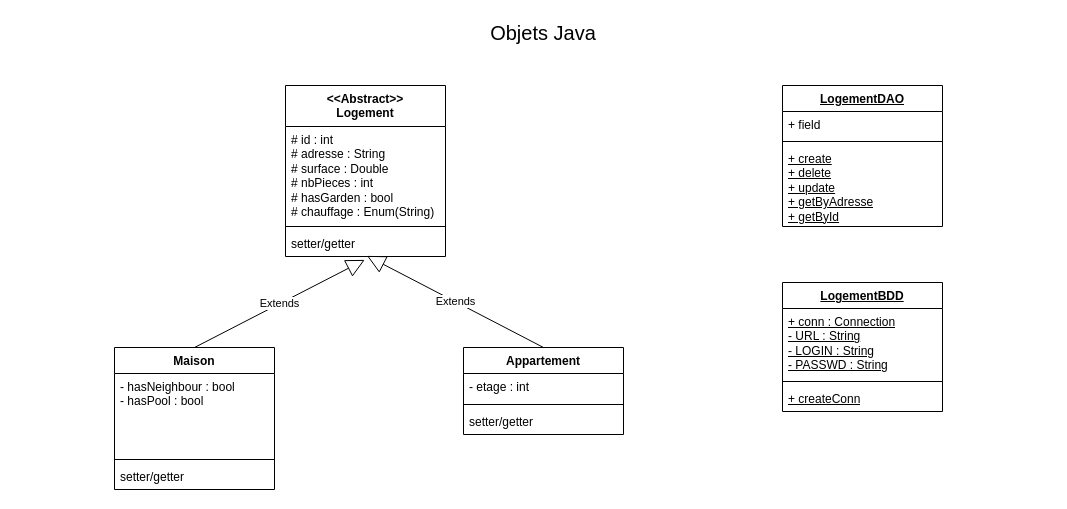
Before: page "Page-1" (1 of 2) of UML/Java_Projet.drawio in QuentinSanterne/Projet_Java_M2I, a draw.io diagram. Source tidied: cells renumbered, new cells numbered last; positions are measured from the earlier drawing's top-left corner, leaving out a move shared by most shapes. Both pictures are drawn from the tidied source at 100%, with x=0, y=0 at pixel (114, 17).
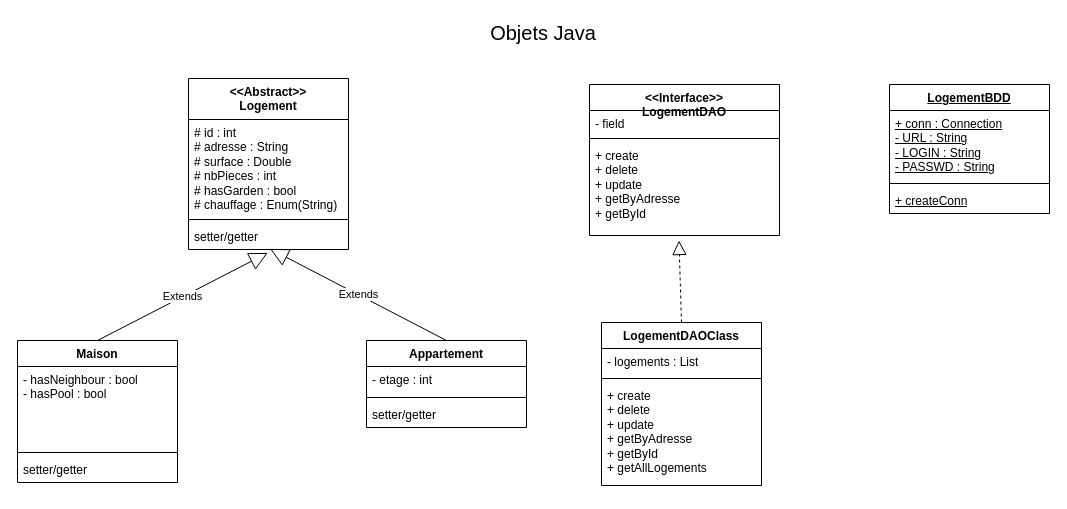
After the change.

Diff of the diagram source:
```diff
@@
     <mxCell id="2" value="&amp;lt;&amp;lt;Abstract&amp;gt;&amp;gt;&lt;br&gt;Logement" style="swimlane;fontStyle=1;align=center;verticalAlign=top;horizontal=1;startSize=41;whiteSpace=wrap;html=1;" parent="1" vertex="1">
-      <mxGeometry x="171" y="68" width="160" height="171" as="geometry" />
+      <mxGeometry x="74" y="61" width="160" height="171" as="geometry" />
     </mxCell>
@@
     <mxCell id="6" value="Maison" style="swimlane;fontStyle=1;align=center;verticalAlign=top;horizontal=1;startSize=26;whiteSpace=wrap;html=1;" parent="1" vertex="1">
-      <mxGeometry y="330" width="160" height="142" as="geometry" />
+      <mxGeometry x="-97" y="323" width="160" height="142" as="geometry" />
     </mxCell>
@@
     <mxCell id="11" value="Appartement" style="swimlane;fontStyle=1;align=center;verticalAlign=top;horizontal=1;startSize=26;whiteSpace=wrap;html=1;" parent="1" vertex="1">
-      <mxGeometry x="349" y="330" width="160" height="87" as="geometry" />
+      <mxGeometry x="252" y="323" width="160" height="87" as="geometry" />
     </mxCell>
@@
-    <mxCell id="16" value="&lt;u&gt;LogementDAO&lt;/u&gt;" style="swimlane;fontStyle=1;align=center;verticalAlign=top;horizontal=1;startSize=26;whiteSpace=wrap;html=1;" parent="1" vertex="1">
-      <mxGeometry x="668" y="68" width="160" height="141" as="geometry" />
+    <mxCell id="16" value="&amp;lt;&amp;lt;Interface&amp;gt;&amp;gt;&lt;div&gt;LogementDAO&lt;/div&gt;" style="swimlane;fontStyle=1;align=center;verticalAlign=top;horizontal=1;startSize=26;whiteSpace=wrap;html=1;" parent="1" vertex="1">
+      <mxGeometry x="475" y="67" width="190" height="151" as="geometry" />
     </mxCell>
-    <mxCell id="17" value="+ field" style="text;strokeColor=none;fillColor=none;align=left;verticalAlign=top;spacingLeft=4;spacingRight=4;overflow=hidden;whiteSpace=wrap;html=1;" parent="16" vertex="1">
-      <mxGeometry y="26" width="160" height="26" as="geometry" />
+    <mxCell id="17" value="- field" style="text;strokeColor=none;fillColor=none;align=left;verticalAlign=top;spacingLeft=4;spacingRight=4;overflow=hidden;whiteSpace=wrap;html=1;" parent="16" vertex="1">
+      <mxGeometry y="26" width="190" height="24" as="geometry" />
     </mxCell>
     <mxCell id="18" style="line;strokeWidth=1;fillColor=none;align=left;verticalAlign=middle;spacingTop=-1;spacingLeft=3;spacingRight=3;labelPosition=right;strokeColor=inherit;" parent="16" vertex="1">
-      <mxGeometry y="52" width="160" height="8" as="geometry" />
+      <mxGeometry y="50" width="190" height="8" as="geometry" />
     </mxCell>
-    <mxCell id="19" value="&lt;u&gt;+ create&lt;/u&gt;&lt;div&gt;&lt;u&gt;+ delete&lt;/u&gt;&lt;/div&gt;&lt;div&gt;&lt;u&gt;+ update&lt;/u&gt;&lt;/div&gt;&lt;div&gt;&lt;u&gt;+ getByAdresse&lt;/u&gt;&lt;/div&gt;&lt;div&gt;&lt;u&gt;+ getById&lt;/u&gt;&lt;/div&gt;" style="text;strokeColor=none;fillColor=none;align=left;verticalAlign=top;spacingLeft=4;spacingRight=4;overflow=hidden;points=[[0,0.5],[1,0.5]];portConstraint=eastwest;whiteSpace=wrap;html=1;" parent="16" vertex="1">
-      <mxGeometry y="60" width="160" height="81" as="geometry" />
+    <mxCell id="19" value="+ create&lt;div&gt;+ delete&lt;/div&gt;&lt;div&gt;+ update&lt;/div&gt;&lt;div&gt;+ getByAdresse&lt;/div&gt;&lt;div&gt;+ getById&lt;/div&gt;" style="text;strokeColor=none;fillColor=none;align=left;verticalAlign=top;spacingLeft=4;spacingRight=4;overflow=hidden;points=[[0,0.5],[1,0.5]];portConstraint=eastwest;whiteSpace=wrap;html=1;" parent="16" vertex="1">
+      <mxGeometry y="58" width="190" height="93" as="geometry" />
     </mxCell>
     <mxCell id="20" value="&lt;u&gt;LogementBDD&lt;/u&gt;" style="swimlane;fontStyle=1;align=center;verticalAlign=top;horizontal=1;startSize=26;whiteSpace=wrap;html=1;" parent="1" vertex="1">
-      <mxGeometry x="668" y="265" width="160" height="129" as="geometry" />
+      <mxGeometry x="775" y="67" width="160" height="129" as="geometry" />
     </mxCell>
@@
+    <mxCell id="25" value="LogementDAOClass" style="swimlane;fontStyle=1;align=center;verticalAlign=top;horizontal=1;startSize=26;whiteSpace=wrap;html=1;" parent="1" vertex="1">
+      <mxGeometry x="487" y="305" width="160" height="163" as="geometry" />
+    </mxCell>
+    <mxCell id="26" value="- logements : List&amp;nbsp;" style="text;strokeColor=none;fillColor=none;align=left;verticalAlign=top;spacingLeft=4;spacingRight=4;overflow=hidden;whiteSpace=wrap;html=1;" parent="25" vertex="1">
+      <mxGeometry y="26" width="160" height="26" as="geometry" />
+    </mxCell>
+    <mxCell id="27" style="line;strokeWidth=1;fillColor=none;align=left;verticalAlign=middle;spacingTop=-1;spacingLeft=3;spacingRight=3;labelPosition=right;strokeColor=inherit;" parent="25" vertex="1">
+      <mxGeometry y="52" width="160" height="8" as="geometry" />
+    </mxCell>
+    <mxCell id="28" value="+ create&lt;div&gt;+ delete&lt;/div&gt;&lt;div&gt;+ update&lt;/div&gt;&lt;div&gt;+ getByAdresse&lt;/div&gt;&lt;div&gt;+ getById&lt;/div&gt;&lt;div&gt;+ getAllLogements&lt;/div&gt;" style="text;strokeColor=none;fillColor=none;align=left;verticalAlign=top;spacingLeft=4;spacingRight=4;overflow=hidden;whiteSpace=wrap;html=1;" parent="25" vertex="1">
+      <mxGeometry y="60" width="160" height="103" as="geometry" />
+    </mxCell>
+    <mxCell id="29" style="endArrow=block;dashed=1;endFill=0;endSize=12;html=1;rounded=0;exitX=0.5;exitY=0;exitDx=0;exitDy=0;entryX=0.471;entryY=1.054;entryDx=0;entryDy=0;entryPerimeter=0;" parent="1" edge="1" source="25" target="19">
+      <mxGeometry relative="1" as="geometry" />
+    </mxCell>
```
